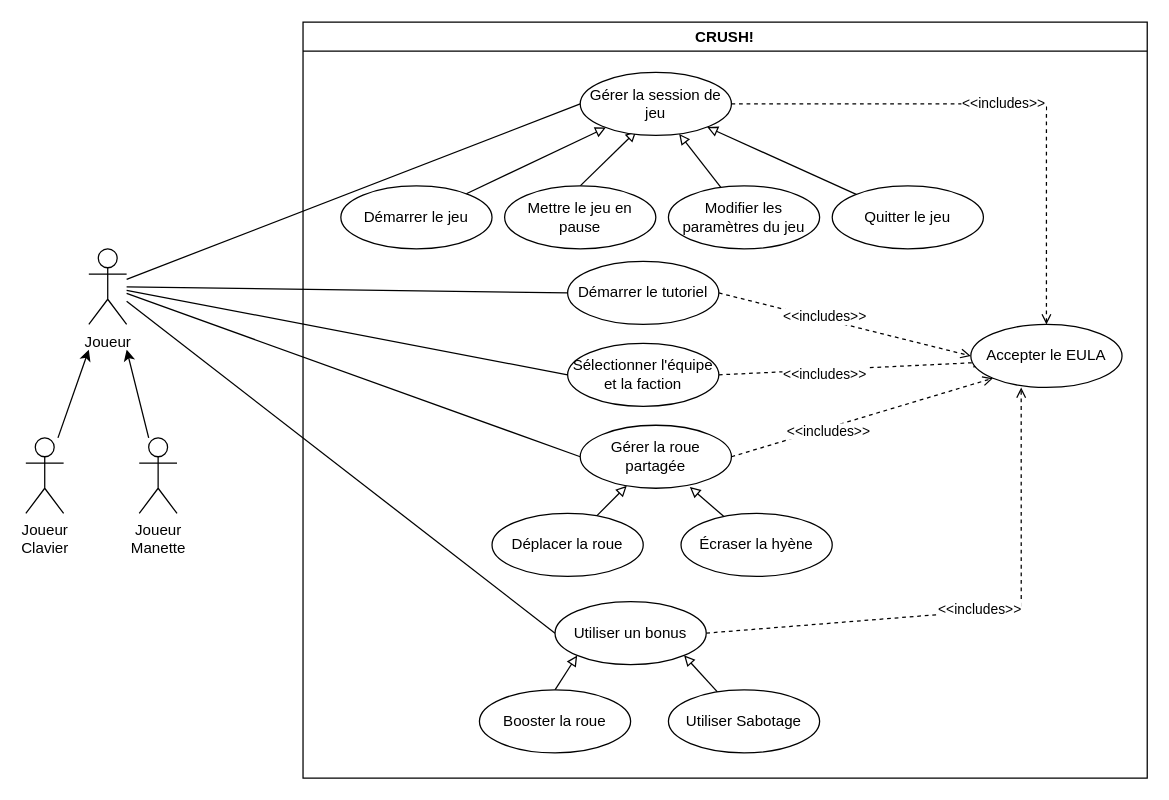
nsy115-11404f/modelisation keeps this draw.io diagram as UseCaseDiagram.drawio. Above is the earlier version. Source tidied: cells renumbered, new cells numbered last; positions are measured from the earlier drawing's top-left corner, leaving out a move shared by most shapes. Both pictures are drawn from the tidied source at 126%, with x=0, y=0 at pixel (25, 21).
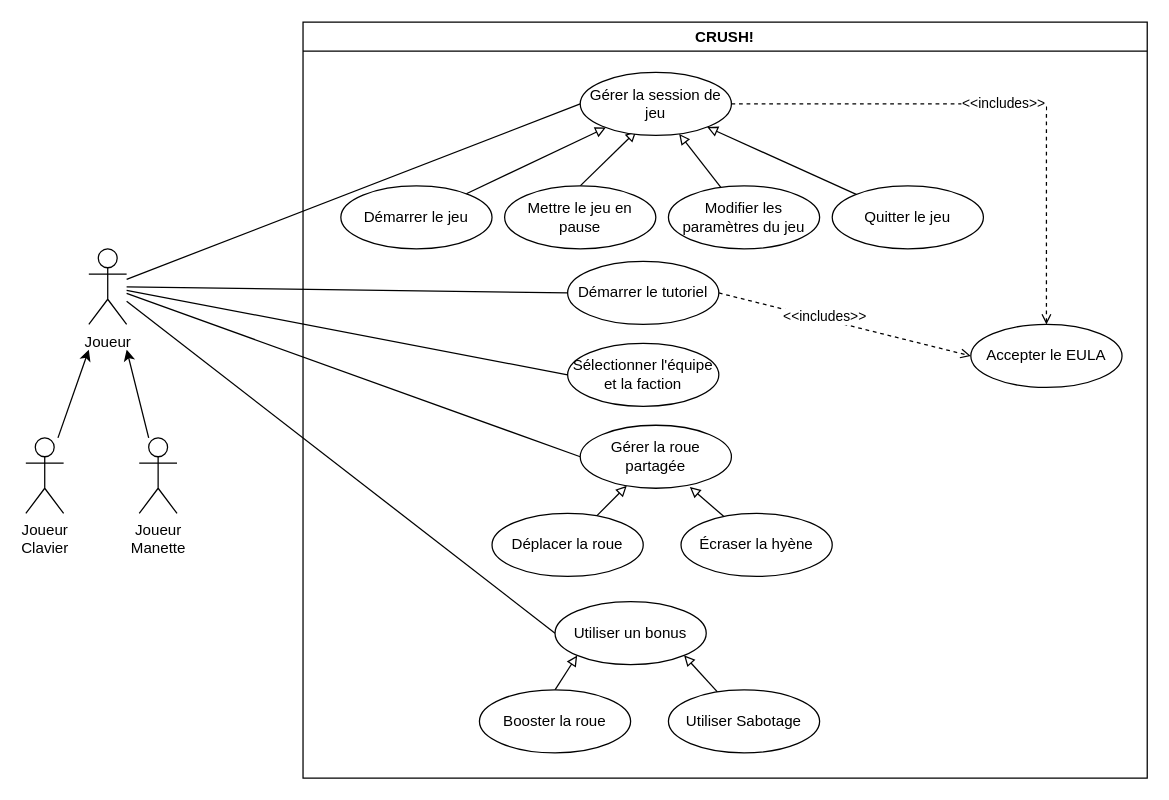
Above is the later version.

Unchanged cells that the change refers to:
```xml
<mxCell id="8" value="CRUSH!" style="swimlane;whiteSpace=wrap;html=1;" parent="1" vertex="1">
  <mxGeometry x="220" width="670" height="600" as="geometry" />
</mxCell>
<mxCell id="18" value="Sélectionner l'équipe et la faction" style="ellipse;whiteSpace=wrap;html=1;" parent="8" vertex="1">
  <mxGeometry x="210" y="255" width="120" height="50" as="geometry" />
</mxCell>
<mxCell id="25" value="Gérer la roue partagée" style="ellipse;whiteSpace=wrap;html=1;" parent="8" vertex="1">
  <mxGeometry x="220" y="320" width="120" height="50" as="geometry" />
</mxCell>
<mxCell id="35" value="Accepter le EULA" style="ellipse;whiteSpace=wrap;html=1;" parent="8" vertex="1">
  <mxGeometry x="530" y="240" width="120" height="50" as="geometry" />
</mxCell>
<mxCell id="38" value="Utiliser un bonus" style="ellipse;whiteSpace=wrap;html=1;" parent="8" vertex="1">
  <mxGeometry x="200" y="460" width="120" height="50" as="geometry" />
</mxCell>
```

Change to the diagram source:
```diff
@@
-    <mxCell id="16" style="rounded=0;jettySize=auto;html=1;exitX=1;exitY=0.5;exitDx=0;exitDy=0;dashed=1;endArrow=open;endFill=0;" parent="8" edge="1" source="18">
-      <mxGeometry relative="1" as="geometry">
-        <mxPoint x="540" y="270" as="targetPoint" />
-      </mxGeometry>
-    </mxCell>
-    <mxCell id="17" value="&amp;lt;&amp;lt;includes&amp;gt;&amp;gt;" style="edgeLabel;html=1;align=center;verticalAlign=middle;" parent="16" vertex="1">
-      <mxGeometry x="-0.21" y="-3" relative="1" as="geometry" />
-    </mxCell>
@@
-    <mxCell id="23" style="rounded=0;jettySize=auto;html=1;exitX=1;exitY=0.5;exitDx=0;exitDy=0;entryX=0;entryY=1;entryDx=0;entryDy=0;dashed=1;endArrow=open;endFill=0;" parent="8" edge="1" source="25" target="35">
-      <mxGeometry relative="1" as="geometry" />
-    </mxCell>
-    <mxCell id="24" value="&amp;lt;&amp;lt;includes&amp;gt;&amp;gt;" style="edgeLabel;html=1;align=center;verticalAlign=middle;" parent="23" vertex="1">
-      <mxGeometry x="-0.27" y="-2" relative="1" as="geometry" />
-    </mxCell>
@@
-    <mxCell id="36" style="rounded=0;jettySize=auto;html=1;entryX=0.333;entryY=1;entryDx=0;entryDy=0;entryPerimeter=0;dashed=1;endArrow=open;endFill=0;exitX=1;exitY=0.5;exitDx=0;exitDy=0;" parent="8" edge="1" source="38" target="35">
-      <mxGeometry relative="1" as="geometry">
-        <Array as="points">
-          <mxPoint x="570" y="465" />
-        </Array>
-      </mxGeometry>
-    </mxCell>
-    <mxCell id="37" value="&amp;lt;&amp;lt;includes&amp;gt;&amp;gt;" style="edgeLabel;html=1;align=center;verticalAlign=middle;" parent="36" vertex="1">
-      <mxGeometry x="0.02" y="2" relative="1" as="geometry" />
-    </mxCell>
```
